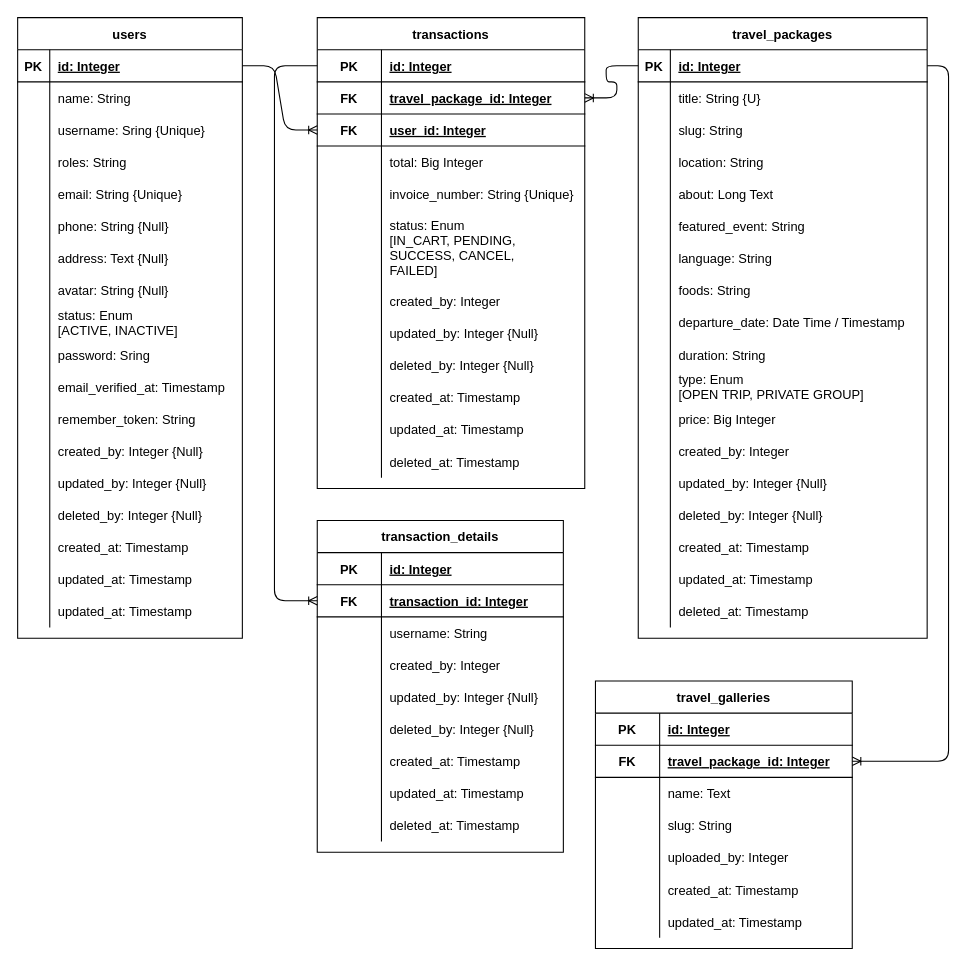
Before: erd.drawio in luckyman1004/Travel_Laravel, a draw.io diagram. Source tidied: cells renumbered, new cells numbered last; positions are measured from the earlier drawing's top-left corner, leaving out a move shared by most shapes. Both pictures are drawn from the tidied source at 107%, with x=0, y=0 at pixel (17, 17).
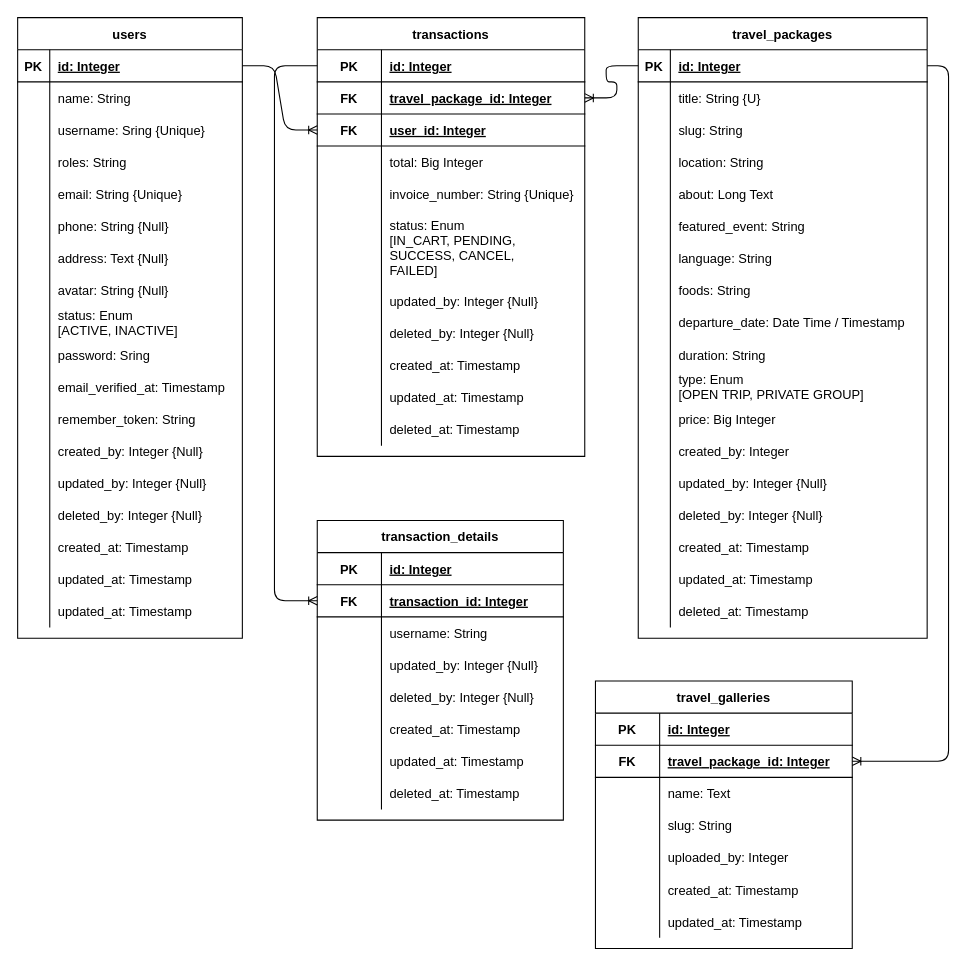
The same page after the edit.

Change to the diagram source:
```diff
@@
     <mxCell id="134" value="transactions" style="shape=table;startSize=30;childLayout=tableLayout;rowLines=0;fontStyle=1;align=center;fillColor=none;" parent="1" vertex="1">
-      <mxGeometry x="280" width="250" height="440" as="geometry" />
+      <mxGeometry x="280" width="250" height="410" as="geometry" />
     </mxCell>
@@
-    <mxCell id="153" style="shape=partialRectangle;fillColor=none;top=0;left=0;bottom=0;right=0;" parent="134" vertex="1">
-      <mxGeometry y="250" width="250" height="30" as="geometry" />
-    </mxCell>
-    <mxCell id="154" style="shape=partialRectangle;fillColor=none;top=0;left=0;bottom=0;right=0;overflow=hidden;" parent="153" vertex="1">
-      <mxGeometry width="60" height="30" as="geometry" />
-    </mxCell>
-    <mxCell id="155" value="created_by: Integer" style="shape=partialRectangle;fillColor=none;top=0;left=0;bottom=0;right=0;align=left;spacingLeft=6;overflow=hidden;" parent="153" vertex="1">
-      <mxGeometry x="60" width="190" height="30" as="geometry" />
-    </mxCell>
     <mxCell id="156" style="shape=partialRectangle;fillColor=none;top=0;left=0;bottom=0;right=0;" parent="134" vertex="1">
-      <mxGeometry y="280" width="250" height="30" as="geometry" />
+      <mxGeometry y="250" width="250" height="30" as="geometry" />
     </mxCell>
@@
     <mxCell id="159" style="shape=partialRectangle;fillColor=none;top=0;left=0;bottom=0;right=0;" parent="134" vertex="1">
-      <mxGeometry y="310" width="250" height="30" as="geometry" />
+      <mxGeometry y="280" width="250" height="30" as="geometry" />
     </mxCell>
@@
     <mxCell id="162" style="shape=partialRectangle;fillColor=none;top=0;left=0;bottom=0;right=0;" parent="134" vertex="1">
-      <mxGeometry y="340" width="250" height="30" as="geometry" />
+      <mxGeometry y="310" width="250" height="30" as="geometry" />
     </mxCell>
@@
     <mxCell id="165" style="shape=partialRectangle;fillColor=none;top=0;left=0;bottom=0;right=0;" parent="134" vertex="1">
-      <mxGeometry y="370" width="250" height="30" as="geometry" />
+      <mxGeometry y="340" width="250" height="30" as="geometry" />
     </mxCell>
@@
     <mxCell id="168" style="shape=partialRectangle;fillColor=none;top=0;left=0;bottom=0;right=0;" parent="134" vertex="1">
-      <mxGeometry y="400" width="250" height="30" as="geometry" />
+      <mxGeometry y="370" width="250" height="30" as="geometry" />
     </mxCell>
@@
     <mxCell id="171" value="transaction_details" style="shape=table;startSize=30;childLayout=tableLayout;rowLines=0;fontStyle=1;align=center;fillColor=none;" parent="1" vertex="1">
-      <mxGeometry x="280" y="470" width="230" height="310" as="geometry" />
+      <mxGeometry x="280" y="470" width="230" height="280" as="geometry" />
     </mxCell>
@@
-    <mxCell id="181" style="shape=partialRectangle;fillColor=none;top=0;left=0;bottom=0;right=0;" parent="171" vertex="1">
-      <mxGeometry y="120" width="230" height="30" as="geometry" />
-    </mxCell>
-    <mxCell id="182" style="shape=partialRectangle;fillColor=none;top=0;left=0;bottom=0;right=0;overflow=hidden;" parent="181" vertex="1">
-      <mxGeometry width="60" height="30" as="geometry" />
-    </mxCell>
-    <mxCell id="183" value="created_by: Integer" style="shape=partialRectangle;fillColor=none;top=0;left=0;bottom=0;right=0;align=left;spacingLeft=6;overflow=hidden;" parent="181" vertex="1">
-      <mxGeometry x="60" width="170" height="30" as="geometry" />
-    </mxCell>
     <mxCell id="184" style="shape=partialRectangle;fillColor=none;top=0;left=0;bottom=0;right=0;" parent="171" vertex="1">
-      <mxGeometry y="150" width="230" height="30" as="geometry" />
+      <mxGeometry y="120" width="230" height="30" as="geometry" />
     </mxCell>
@@
     <mxCell id="187" style="shape=partialRectangle;fillColor=none;top=0;left=0;bottom=0;right=0;" parent="171" vertex="1">
-      <mxGeometry y="180" width="230" height="30" as="geometry" />
+      <mxGeometry y="150" width="230" height="30" as="geometry" />
     </mxCell>
@@
     <mxCell id="190" style="shape=partialRectangle;fillColor=none;top=0;left=0;bottom=0;right=0;" parent="171" vertex="1">
-      <mxGeometry y="210" width="230" height="30" as="geometry" />
+      <mxGeometry y="180" width="230" height="30" as="geometry" />
     </mxCell>
@@
     <mxCell id="193" style="shape=partialRectangle;fillColor=none;top=0;left=0;bottom=0;right=0;" parent="171" vertex="1">
-      <mxGeometry y="240" width="230" height="30" as="geometry" />
+      <mxGeometry y="210" width="230" height="30" as="geometry" />
     </mxCell>
@@
     <mxCell id="196" style="shape=partialRectangle;fillColor=none;top=0;left=0;bottom=0;right=0;" parent="171" vertex="1">
-      <mxGeometry y="270" width="230" height="30" as="geometry" />
+      <mxGeometry y="240" width="230" height="30" as="geometry" />
     </mxCell>
```
